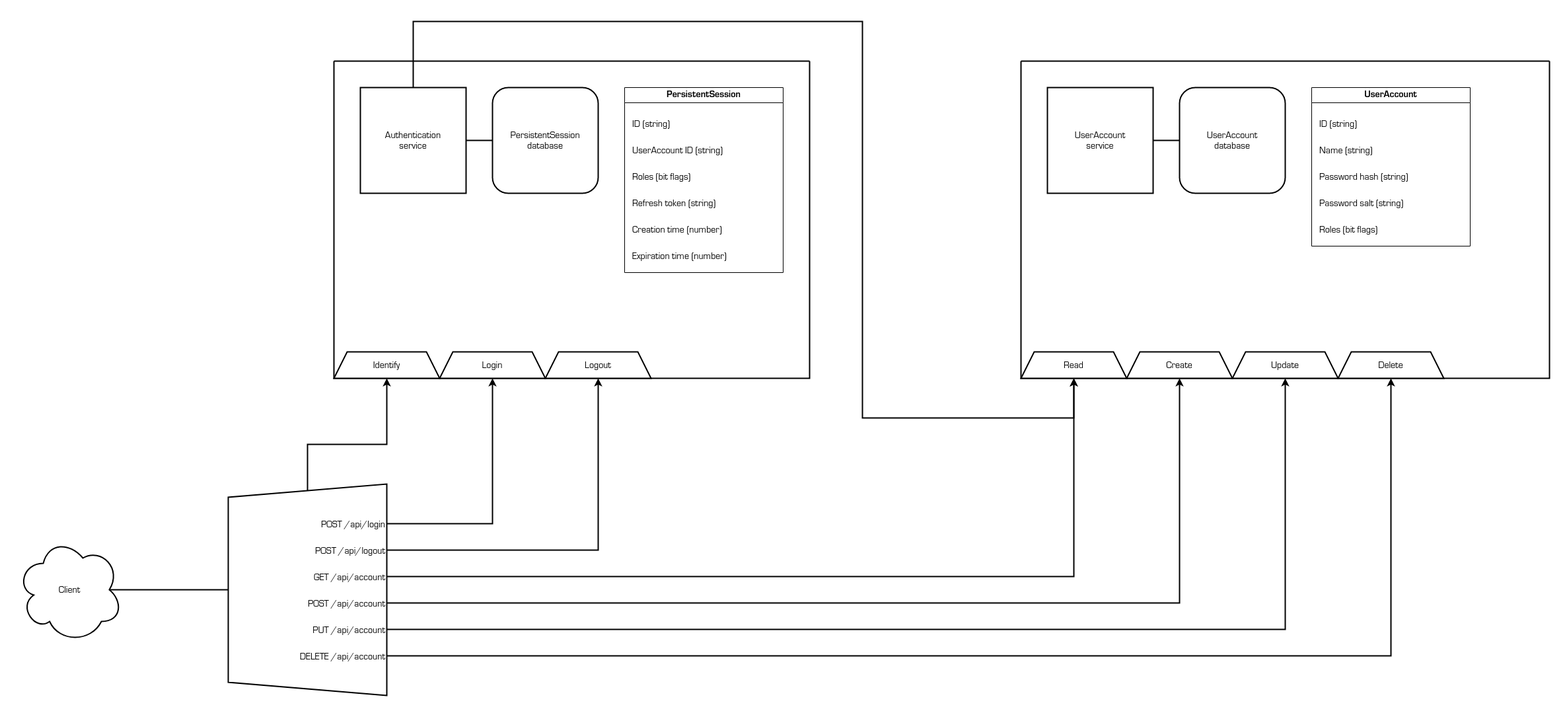
Above: docs/architecture.png in shinhugh/base (draw.io), before the change. Source tidied: cells renumbered, new cells last; positions are measured from the earlier drawing's top-left corner, leaving out a move shared by most shapes.
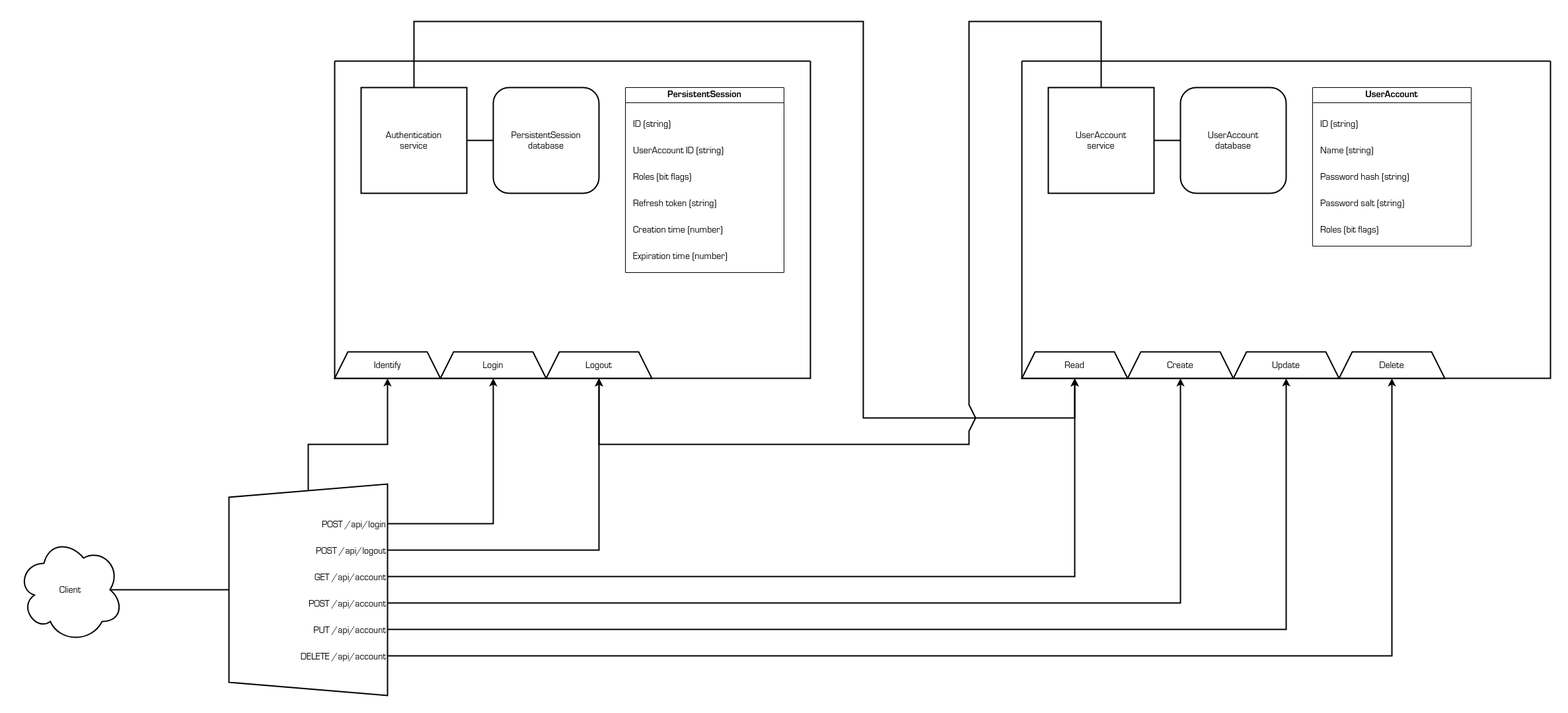
The same file after the commit.

Commit message:
Update architecture diagram; add account delete flow diagram

Diff of the diagram source:
```diff
@@ -176,5 +176,18 @@
         </Array>
       </mxGeometry>
     </mxCell>
+    <mxCell id="48" style="endArrow=classic;html=1;rounded=0;entryX=0.5;entryY=1;entryDx=0;entryDy=0;exitX=0.5;exitY=0;exitDx=0;exitDy=0;strokeWidth=2;" parent="1" edge="1" source="17" target="14">
+      <mxGeometry relative="1" as="geometry">
+        <Array as="points">
+          <mxPoint x="1640" />
+          <mxPoint x="1440" />
+          <mxPoint x="1440" y="580" />
+          <mxPoint x="1450" y="600" />
+          <mxPoint x="1440" y="620" />
+          <mxPoint x="1440" y="640" />
+          <mxPoint x="880" y="640" />
+        </Array>
+      </mxGeometry>
+    </mxCell>
   </root>
 </mxGraphModel>
```
